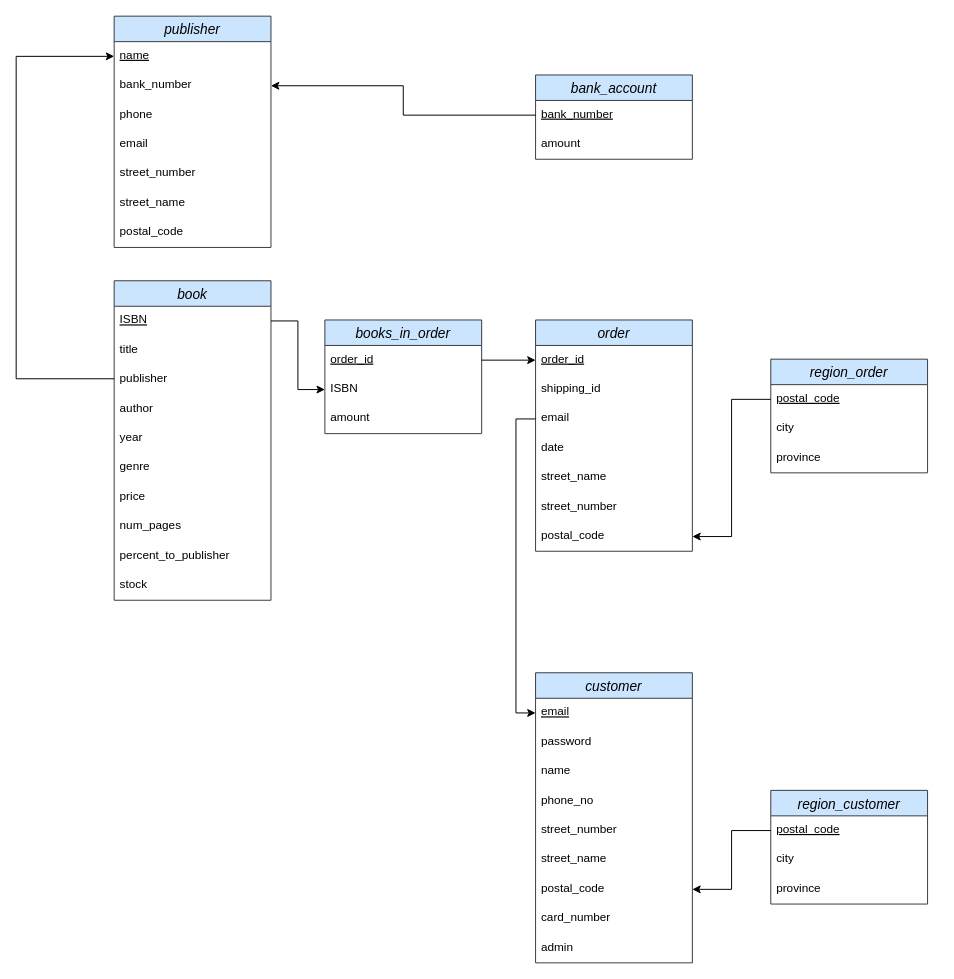
Before: report/Diagrams/Schema-diagram-comp3005-finalproject.drawio in COMP3005A-Project/bookstore, a draw.io diagram. Source tidied: cells renumbered, new cells numbered last; positions are measured from the earlier drawing's top-left corner, leaving out a move shared by most shapes. Both pictures are drawn from the tidied source at 98%, with x=0, y=0 at pixel (16, 16).
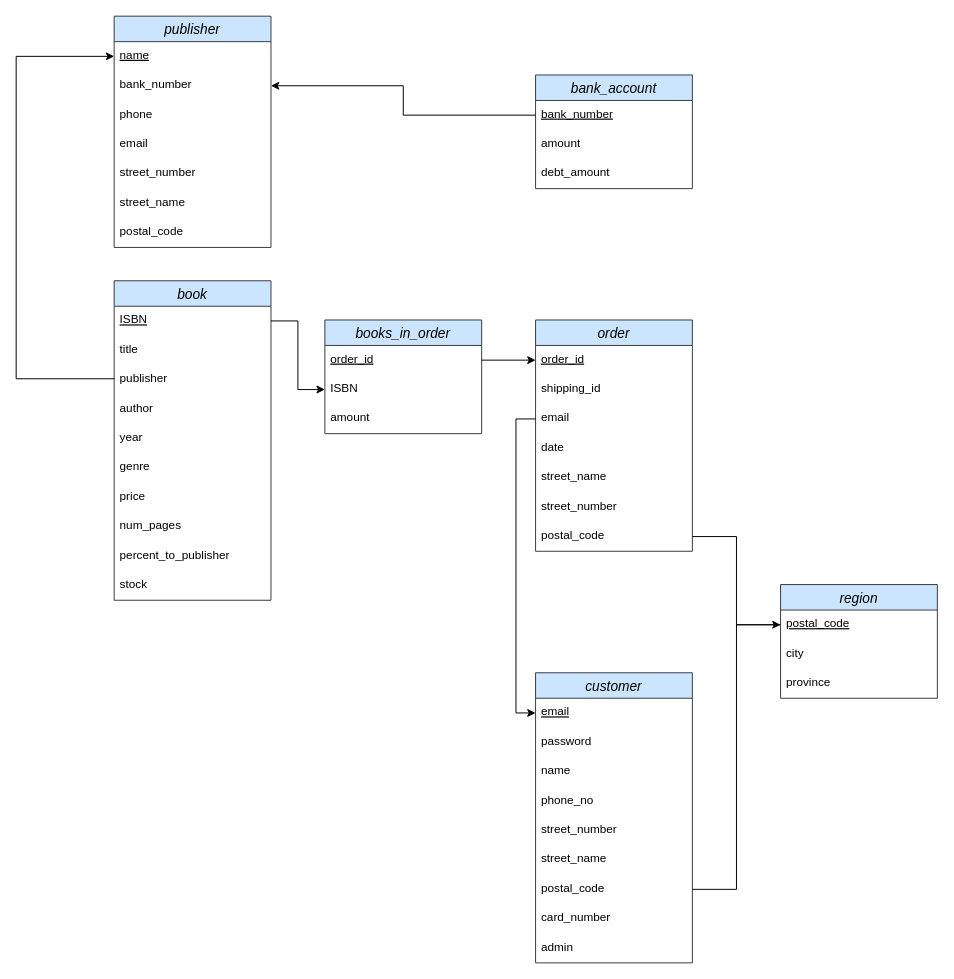
After the change.

Commit message (it also covers changes not shown here):
Add updated diagrams after normalization

Unchanged cells that the change refers to:
```xml
<mxCell id="9" value="postal_code" style="text;strokeColor=none;fillColor=none;spacingLeft=4;spacingRight=4;overflow=hidden;points=[[0,0.5],[1,0.5]];portConstraint=eastwest;fontSize=12;" parent="2" vertex="1">
  <mxGeometry y="206" width="160" height="30" as="geometry" />
</mxCell>
<mxCell id="39" value="postal_code" style="text;strokeColor=none;fillColor=none;spacingLeft=4;spacingRight=4;overflow=hidden;points=[[0,0.5],[1,0.5]];portConstraint=eastwest;fontSize=12;" parent="32" vertex="1">
  <mxGeometry y="206" width="160" height="30" as="geometry" />
</mxCell>
<mxCell id="52" value="postal_code" style="text;strokeColor=none;fillColor=none;spacingLeft=4;spacingRight=4;overflow=hidden;points=[[0,0.5],[1,0.5]];portConstraint=eastwest;fontSize=12;fontStyle=4;" parent="51" vertex="1">
  <mxGeometry y="26" width="160" height="30" as="geometry" />
</mxCell>
```

Change to the diagram source:
```diff
@@
     <mxCell id="29" value="bank_account" style="swimlane;fontStyle=2;horizontal=1;startSize=26;align=center;fontSize=14;fillColor=#cce5ff;strokeColor=#36393d;" parent="1" vertex="1">
-      <mxGeometry x="530" y="60" width="160" height="86" as="geometry" />
+      <mxGeometry x="530" y="60" width="160" height="116" as="geometry" />
     </mxCell>
@@
+    <mxCell id="61" value="debt_amount" style="text;strokeColor=none;fillColor=none;spacingLeft=4;spacingRight=4;overflow=hidden;fontSize=12;" parent="29" vertex="1">
+      <mxGeometry y="86" width="160" height="30" as="geometry" />
+    </mxCell>
@@
-    <mxCell id="51" value="region_order" style="swimlane;fontStyle=2;horizontal=1;startSize=26;align=center;fontSize=14;fillColor=#cce5ff;strokeColor=#36393d;" parent="1" vertex="1">
-      <mxGeometry x="770" y="350" width="160" height="116" as="geometry" />
+    <mxCell id="51" value="region" style="swimlane;fontStyle=2;horizontal=1;startSize=26;align=center;fontSize=14;fillColor=#cce5ff;strokeColor=#36393d;" parent="1" vertex="1">
+      <mxGeometry x="780" y="580" width="160" height="116" as="geometry" />
     </mxCell>
@@
-    <mxCell id="55" value="region_customer" style="swimlane;fontStyle=2;horizontal=1;startSize=26;align=center;fontSize=14;fillColor=#cce5ff;strokeColor=#36393d;" parent="1" vertex="1">
-      <mxGeometry x="770" y="790" width="160" height="116" as="geometry" />
-    </mxCell>
-    <mxCell id="56" value="postal_code" style="text;strokeColor=none;fillColor=none;spacingLeft=4;spacingRight=4;overflow=hidden;points=[[0,0.5],[1,0.5]];portConstraint=eastwest;fontSize=12;fontStyle=4;" parent="55" vertex="1">
-      <mxGeometry y="26" width="160" height="30" as="geometry" />
-    </mxCell>
-    <mxCell id="57" value="city" style="text;strokeColor=none;fillColor=none;spacingLeft=4;spacingRight=4;overflow=hidden;fontSize=12;" parent="55" vertex="1">
-      <mxGeometry y="56" width="160" height="30" as="geometry" />
-    </mxCell>
-    <mxCell id="58" value="province" style="text;strokeColor=none;fillColor=none;spacingLeft=4;spacingRight=4;overflow=hidden;fontSize=12;fontColor=#000000;" parent="55" vertex="1">
-      <mxGeometry y="86" width="160" height="30" as="geometry" />
-    </mxCell>
-    <mxCell id="59" style="edgeStyle=orthogonalEdgeStyle;rounded=0;jettySize=auto;html=1;entryX=1;entryY=0.5;entryDx=0;entryDy=0;" parent="1" edge="1" source="52" target="9">
+    <mxCell id="59" style="edgeStyle=orthogonalEdgeStyle;rounded=0;jettySize=auto;html=1;entryX=1;entryY=0.5;entryDx=0;entryDy=0;startArrow=classic;startFill=1;endArrow=none;endFill=0;" parent="1" edge="1" source="52" target="9">
       <mxGeometry relative="1" as="geometry" />
     </mxCell>
-    <mxCell id="60" style="edgeStyle=orthogonalEdgeStyle;rounded=0;jettySize=auto;html=1;exitX=0;exitY=0.5;exitDx=0;exitDy=0;entryX=1;entryY=0.5;entryDx=0;entryDy=0;" parent="1" edge="1" source="56" target="39">
-      <mxGeometry relative="1" as="geometry" />
-    </mxCell>
+    <mxCell id="62" style="edgeStyle=orthogonalEdgeStyle;rounded=0;jettySize=auto;html=1;exitX=1;exitY=0.5;exitDx=0;exitDy=0;entryX=0;entryY=0.5;entryDx=0;entryDy=0;startArrow=none;startFill=0;endArrow=none;endFill=0;" parent="1" edge="1" source="39" target="52">
+      <mxGeometry relative="1" as="geometry" />
+    </mxCell>
```
